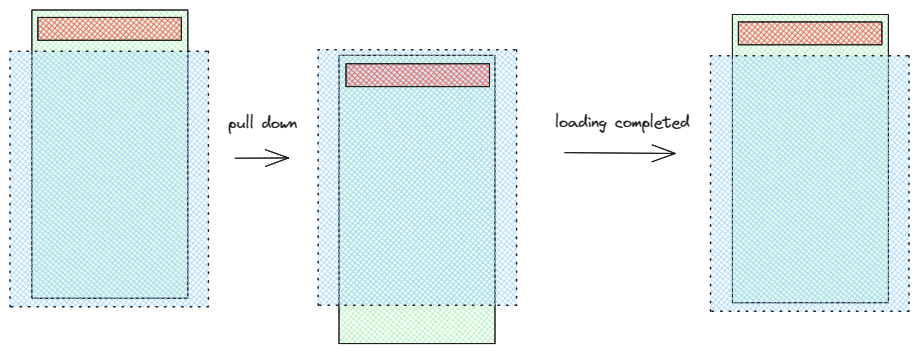
Above: blog/2024-02-28-pull-down/img/prinple.png in lijunlin2022/lijunlin2022.github.io (Excalidraw), before the change. Source tidied: one line per element, renumbered; positions are measured from the earlier drawing's top-left corner, leaving out a move shared by most shapes.
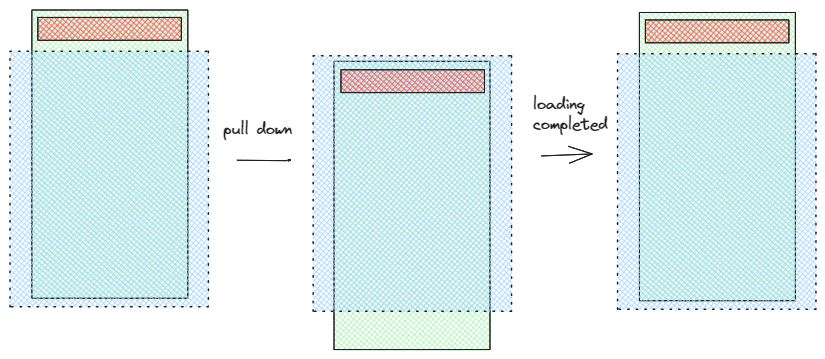
The same diagram one commit later.

Change to the diagram source:
```diff
@@ -1,13 +1,13 @@
-{"id": 0, "type": "rectangle", "strokeColor": "#1e1e1e", "backgroundColor": "#b2f2bb", "fillStyle": "cross-hatch", "strokeWidth": 1, "roughness": 0, "x": 22, "y": 0, "width": 156, "height": 288}
+{"id": 0, "type": "rectangle", "strokeColor": "#1e1e1e", "backgroundColor": "#b2f2bb", "fillStyle": "cross-hatch", "strokeWidth": 1, "roughness": 0, "x": 27, "y": -6, "width": 156, "height": 288}
-{"id": 1, "type": "rectangle", "strokeColor": "#1e1e1e", "backgroundColor": "#a5d8ff", "fillStyle": "cross-hatch", "strokeWidth": 1, "strokeStyle": "dotted", "roughness": 0, "x": 0, "y": 41, "width": 198, "height": 255}
+{"id": 1, "type": "rectangle", "strokeColor": "#1e1e1e", "backgroundColor": "#a5d8ff", "fillStyle": "cross-hatch", "strokeWidth": 1, "strokeStyle": "dotted", "roughness": 0, "x": 5, "y": 35, "width": 198, "height": 255}
-{"id": 2, "type": "rectangle", "strokeColor": "#1e1e1e", "backgroundColor": "#fa5252", "fillStyle": "cross-hatch", "strokeWidth": 1, "roughness": 0, "x": 28, "y": 7, "width": 143, "height": 23}
+{"id": 2, "type": "rectangle", "strokeColor": "#1e1e1e", "backgroundColor": "#fa5252", "fillStyle": "cross-hatch", "strokeWidth": 1, "roughness": 0, "x": 33, "y": 1, "width": 143, "height": 23}
-{"id": 3, "type": "arrow", "strokeColor": "#1e1e1e", "backgroundColor": "#ffc9c9", "fillStyle": "hachure", "strokeWidth": 1, "roughness": 0, "endArrowhead": "arrow", "to": 6, "x": 225, "y": 148, "width": 54, "height": 0, "points": [[0, 0], [54, 0]]}
+{"id": 3, "type": "arrow", "strokeColor": "#1e1e1e", "backgroundColor": "#ffc9c9", "fillStyle": "hachure", "strokeWidth": 1, "roughness": 0, "endArrowhead": "arrow", "from": 1, "to": 6, "x": 232, "y": 144, "width": 54, "height": 1, "points": [[0, 0], [48, 0], [54, 0]]}
 {"id": 4, "type": "text", "text": "pull down", "strokeColor": "#1e1e1e", "backgroundColor": "#ffc9c9", "fillStyle": "hachure", "strokeWidth": 1, "roughness": 0, "fontSize": 16, "fontFamily": 1, "x": 218, "y": 104, "width": 69, "height": 20}
 {"id": 5, "type": "rectangle", "strokeColor": "#1e1e1e", "backgroundColor": "#b2f2bb", "fillStyle": "cross-hatch", "strokeWidth": 1, "roughness": 0, "x": 329, "y": 45, "width": 156, "height": 288}
 {"id": 6, "type": "rectangle", "strokeColor": "#1e1e1e", "backgroundColor": "#a5d8ff", "fillStyle": "cross-hatch", "strokeWidth": 1, "strokeStyle": "dotted", "roughness": 0, "x": 308, "y": 40, "width": 198, "height": 255}
 {"id": 7, "type": "rectangle", "strokeColor": "#1e1e1e", "backgroundColor": "#fa5252", "fillStyle": "cross-hatch", "strokeWidth": 1, "roughness": 0, "x": 336, "y": 54, "width": 143, "height": 23}
-{"id": 8, "type": "rectangle", "strokeColor": "#1e1e1e", "backgroundColor": "#b2f2bb", "fillStyle": "cross-hatch", "strokeWidth": 1, "roughness": 0, "x": 722, "y": 4, "width": 156, "height": 288}
+{"id": 8, "type": "rectangle", "strokeColor": "#1e1e1e", "backgroundColor": "#b2f2bb", "fillStyle": "cross-hatch", "strokeWidth": 1, "roughness": 0, "x": 634, "y": -4, "width": 156, "height": 288}
-{"id": 9, "type": "rectangle", "strokeColor": "#1e1e1e", "backgroundColor": "#a5d8ff", "fillStyle": "cross-hatch", "strokeWidth": 1, "strokeStyle": "dotted", "roughness": 0, "x": 701, "y": 46, "width": 198, "height": 255}
+{"id": 9, "type": "rectangle", "strokeColor": "#1e1e1e", "backgroundColor": "#a5d8ff", "fillStyle": "cross-hatch", "strokeWidth": 1, "strokeStyle": "dotted", "roughness": 0, "x": 613, "y": 38, "width": 198, "height": 255}
-{"id": 10, "type": "rectangle", "strokeColor": "#1e1e1e", "backgroundColor": "#fa5252", "fillStyle": "cross-hatch", "strokeWidth": 1, "roughness": 0, "x": 728, "y": 12, "width": 143, "height": 23}
+{"id": 10, "type": "rectangle", "strokeColor": "#1e1e1e", "backgroundColor": "#fa5252", "fillStyle": "cross-hatch", "strokeWidth": 1, "roughness": 0, "x": 640, "y": 4, "width": 143, "height": 23}
-{"id": 11, "type": "text", "text": "loading completed", "strokeColor": "#1e1e1e", "backgroundColor": "#fa5252", "fillStyle": "cross-hatch", "strokeWidth": 1, "roughness": 0, "fontSize": 16, "fontFamily": 1, "x": 545, "y": 103, "width": 135, "height": 20}
+{"id": 11, "type": "text", "text": "loading\ncompleted", "strokeColor": "#1e1e1e", "backgroundColor": "#fa5252", "fillStyle": "cross-hatch", "strokeWidth": 1, "roughness": 0, "fontSize": 16, "fontFamily": 1, "x": 528, "y": 79, "width": 75, "height": 40}
-{"id": 12, "type": "arrow", "strokeColor": "#1e1e1e", "backgroundColor": "#ffc9c9", "fillStyle": "hachure", "strokeWidth": 1, "roughness": 0, "endArrowhead": "arrow", "x": 555, "y": 143, "width": 111, "height": 1, "points": [[0, 0], [111, 1]]}
+{"id": 13, "type": "arrow", "strokeColor": "#1e1e1e", "backgroundColor": "#ffc9c9", "fillStyle": "hachure", "strokeWidth": 1, "roughness": 0, "endArrowhead": "arrow", "from": 6, "to": 9, "x": 537, "y": 140, "width": 51, "height": 2, "points": [[0, 0], [51, -2]]}
```
